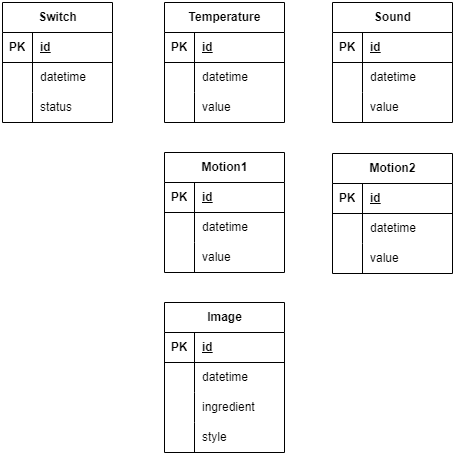
This is proj_db_tables.png from xinlin-z/iot2025s2, a draw.io export, as it was before one commit. Source tidied: cells renumbered, new cells last; positions are measured from the earlier drawing's top-left corner, leaving out a move shared by most shapes.
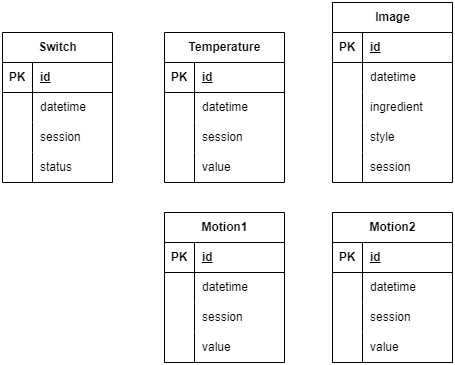
The same file after the commit.

Diff of the diagram source:
```diff
@@ -3,7 +3,7 @@
     <mxCell id="0" />
     <mxCell id="1" parent="0" />
     <mxCell id="2" value="Switch" style="shape=table;startSize=30;rowLines=0;fontStyle=1;align=center;html=1;" parent="1" vertex="1">
-      <mxGeometry width="110" height="120" as="geometry" />
+      <mxGeometry width="110" height="150" as="geometry" />
     </mxCell>
     <mxCell id="3" style="shape=tableRow;horizontal=0;startSize=0;swimlaneHead=0;swimlaneBody=0;fillColor=none;top=0;left=0;right=0;bottom=1;" parent="2" vertex="1">
       <mxGeometry y="30" width="110" height="30" as="geometry" />
@@ -29,11 +29,20 @@
     <mxCell id="10" style="shape=partialRectangle;fillColor=none;top=0;left=0;bottom=0;right=0;overflow=hidden;whiteSpace=wrap;html=1;" parent="9" vertex="1">
       <mxGeometry width="30" height="30" as="geometry" />
     </mxCell>
-    <mxCell id="11" value="status" style="shape=partialRectangle;fillColor=none;top=0;left=0;bottom=0;right=0;align=left;spacingLeft=6;overflow=hidden;whiteSpace=wrap;html=1;" parent="9" vertex="1">
+    <mxCell id="11" value="session" style="shape=partialRectangle;fillColor=none;top=0;left=0;bottom=0;right=0;align=left;spacingLeft=6;overflow=hidden;whiteSpace=wrap;html=1;" parent="9" vertex="1">
       <mxGeometry x="30" width="80" height="30" as="geometry" />
     </mxCell>
+    <mxCell id="65" style="shape=tableRow;horizontal=0;startSize=0;swimlaneHead=0;swimlaneBody=0;fillColor=none;top=0;left=0;right=0;bottom=0;" parent="2" vertex="1">
+      <mxGeometry y="120" width="110" height="30" as="geometry" />
+    </mxCell>
+    <mxCell id="66" style="shape=partialRectangle;fillColor=none;top=0;left=0;bottom=0;right=0;overflow=hidden;whiteSpace=wrap;html=1;" parent="65" vertex="1">
+      <mxGeometry width="30" height="30" as="geometry" />
+    </mxCell>
+    <mxCell id="67" value="status" style="shape=partialRectangle;fillColor=none;top=0;left=0;bottom=0;right=0;align=left;spacingLeft=6;overflow=hidden;whiteSpace=wrap;html=1;" parent="65" vertex="1">
+      <mxGeometry x="30" width="80" height="30" as="geometry" />
+    </mxCell>
     <mxCell id="12" value="Temperature" style="shape=table;startSize=30;rowLines=0;fontStyle=1;align=center;html=1;" parent="1" vertex="1">
-      <mxGeometry x="162" width="120" height="120" as="geometry" />
+      <mxGeometry x="162" width="120" height="150" as="geometry" />
     </mxCell>
     <mxCell id="13" style="shape=tableRow;horizontal=0;startSize=0;swimlaneHead=0;swimlaneBody=0;fillColor=none;top=0;left=0;right=0;bottom=1;" parent="12" vertex="1">
       <mxGeometry y="30" width="120" height="30" as="geometry" />
@@ -59,71 +68,20 @@
     <mxCell id="20" style="shape=partialRectangle;fillColor=none;top=0;left=0;bottom=0;right=0;overflow=hidden;whiteSpace=wrap;html=1;" parent="19" vertex="1">
       <mxGeometry width="30" height="30" as="geometry" />
     </mxCell>
-    <mxCell id="21" value="value" style="shape=partialRectangle;fillColor=none;top=0;left=0;bottom=0;right=0;align=left;spacingLeft=6;overflow=hidden;whiteSpace=wrap;html=1;" parent="19" vertex="1">
+    <mxCell id="21" value="session" style="shape=partialRectangle;fillColor=none;top=0;left=0;bottom=0;right=0;align=left;spacingLeft=6;overflow=hidden;whiteSpace=wrap;html=1;" parent="19" vertex="1">
       <mxGeometry x="30" width="90" height="30" as="geometry" />
     </mxCell>
-    <mxCell id="22" value="Sound" style="shape=table;startSize=30;rowLines=0;fontStyle=1;align=center;html=1;" parent="1" vertex="1">
-      <mxGeometry x="330" width="120" height="120" as="geometry" />
-    </mxCell>
-    <mxCell id="23" style="shape=tableRow;horizontal=0;startSize=0;swimlaneHead=0;swimlaneBody=0;fillColor=none;top=0;left=0;right=0;bottom=1;" parent="22" vertex="1">
-      <mxGeometry y="30" width="120" height="30" as="geometry" />
-    </mxCell>
-    <mxCell id="24" value="PK" style="shape=partialRectangle;fillColor=none;top=0;left=0;bottom=0;right=0;fontStyle=1;overflow=hidden;whiteSpace=wrap;html=1;" parent="23" vertex="1">
-      <mxGeometry width="30" height="30" as="geometry" />
-    </mxCell>
-    <mxCell id="25" value="id" style="shape=partialRectangle;fillColor=none;top=0;left=0;bottom=0;right=0;align=left;spacingLeft=6;fontStyle=5;overflow=hidden;whiteSpace=wrap;html=1;" parent="23" vertex="1">
-      <mxGeometry x="30" width="90" height="30" as="geometry" />
-    </mxCell>
-    <mxCell id="26" style="shape=tableRow;horizontal=0;startSize=0;swimlaneHead=0;swimlaneBody=0;fillColor=none;top=0;left=0;right=0;bottom=0;" parent="22" vertex="1">
-      <mxGeometry y="60" width="120" height="30" as="geometry" />
-    </mxCell>
-    <mxCell id="27" style="shape=partialRectangle;fillColor=none;top=0;left=0;bottom=0;right=0;overflow=hidden;whiteSpace=wrap;html=1;" parent="26" vertex="1">
-      <mxGeometry width="30" height="30" as="geometry" />
-    </mxCell>
-    <mxCell id="28" value="datetime" style="shape=partialRectangle;fillColor=none;top=0;left=0;bottom=0;right=0;align=left;spacingLeft=6;overflow=hidden;whiteSpace=wrap;html=1;" parent="26" vertex="1">
-      <mxGeometry x="30" width="90" height="30" as="geometry" />
-    </mxCell>
-    <mxCell id="29" style="shape=tableRow;horizontal=0;startSize=0;swimlaneHead=0;swimlaneBody=0;fillColor=none;top=0;left=0;right=0;bottom=0;" parent="22" vertex="1">
-      <mxGeometry y="90" width="120" height="30" as="geometry" />
-    </mxCell>
-    <mxCell id="30" style="shape=partialRectangle;fillColor=none;top=0;left=0;bottom=0;right=0;overflow=hidden;whiteSpace=wrap;html=1;" parent="29" vertex="1">
-      <mxGeometry width="30" height="30" as="geometry" />
-    </mxCell>
-    <mxCell id="31" value="value" style="shape=partialRectangle;fillColor=none;top=0;left=0;bottom=0;right=0;align=left;spacingLeft=6;overflow=hidden;whiteSpace=wrap;html=1;" parent="29" vertex="1">
-      <mxGeometry x="30" width="90" height="30" as="geometry" />
-    </mxCell>
-    <mxCell id="32" value="Motion1" style="shape=table;startSize=30;rowLines=0;fontStyle=1;align=center;html=1;" parent="1" vertex="1">
-      <mxGeometry x="162" y="150" width="120" height="120" as="geometry" />
-    </mxCell>
-    <mxCell id="33" style="shape=tableRow;horizontal=0;startSize=0;swimlaneHead=0;swimlaneBody=0;fillColor=none;top=0;left=0;right=0;bottom=1;" parent="32" vertex="1">
-      <mxGeometry y="30" width="120" height="30" as="geometry" />
-    </mxCell>
-    <mxCell id="34" value="PK" style="shape=partialRectangle;fillColor=none;top=0;left=0;bottom=0;right=0;fontStyle=1;overflow=hidden;whiteSpace=wrap;html=1;" parent="33" vertex="1">
-      <mxGeometry width="30" height="30" as="geometry" />
-    </mxCell>
-    <mxCell id="35" value="id" style="shape=partialRectangle;fillColor=none;top=0;left=0;bottom=0;right=0;align=left;spacingLeft=6;fontStyle=5;overflow=hidden;whiteSpace=wrap;html=1;" parent="33" vertex="1">
-      <mxGeometry x="30" width="90" height="30" as="geometry" />
-    </mxCell>
-    <mxCell id="36" style="shape=tableRow;horizontal=0;startSize=0;swimlaneHead=0;swimlaneBody=0;fillColor=none;top=0;left=0;right=0;bottom=0;" parent="32" vertex="1">
-      <mxGeometry y="60" width="120" height="30" as="geometry" />
-    </mxCell>
-    <mxCell id="37" style="shape=partialRectangle;fillColor=none;top=0;left=0;bottom=0;right=0;overflow=hidden;whiteSpace=wrap;html=1;" parent="36" vertex="1">
-      <mxGeometry width="30" height="30" as="geometry" />
-    </mxCell>
-    <mxCell id="38" value="datetime" style="shape=partialRectangle;fillColor=none;top=0;left=0;bottom=0;right=0;align=left;spacingLeft=6;overflow=hidden;whiteSpace=wrap;html=1;" parent="36" vertex="1">
-      <mxGeometry x="30" width="90" height="30" as="geometry" />
-    </mxCell>
-    <mxCell id="39" style="shape=tableRow;horizontal=0;startSize=0;swimlaneHead=0;swimlaneBody=0;fillColor=none;top=0;left=0;right=0;bottom=0;" parent="32" vertex="1">
-      <mxGeometry y="90" width="120" height="30" as="geometry" />
-    </mxCell>
-    <mxCell id="40" style="shape=partialRectangle;fillColor=none;top=0;left=0;bottom=0;right=0;overflow=hidden;whiteSpace=wrap;html=1;" parent="39" vertex="1">
-      <mxGeometry width="30" height="30" as="geometry" />
-    </mxCell>
-    <mxCell id="41" value="value" style="shape=partialRectangle;fillColor=none;top=0;left=0;bottom=0;right=0;align=left;spacingLeft=6;overflow=hidden;whiteSpace=wrap;html=1;" parent="39" vertex="1">
-      <mxGeometry x="30" width="90" height="30" as="geometry" />
-    </mxCell>
+    <mxCell id="68" style="shape=tableRow;horizontal=0;startSize=0;swimlaneHead=0;swimlaneBody=0;fillColor=none;top=0;left=0;right=0;bottom=0;" parent="12" vertex="1">
+      <mxGeometry y="120" width="120" height="30" as="geometry" />
+    </mxCell>
+    <mxCell id="69" style="shape=partialRectangle;fillColor=none;top=0;left=0;bottom=0;right=0;overflow=hidden;whiteSpace=wrap;html=1;" parent="68" vertex="1">
+      <mxGeometry width="30" height="30" as="geometry" />
+    </mxCell>
+    <mxCell id="70" value="value" style="shape=partialRectangle;fillColor=none;top=0;left=0;bottom=0;right=0;align=left;spacingLeft=6;overflow=hidden;whiteSpace=wrap;html=1;" parent="68" vertex="1">
+      <mxGeometry x="30" width="90" height="30" as="geometry" />
+    </mxCell>
     <mxCell id="42" value="Motion2" style="shape=table;startSize=30;rowLines=0;fontStyle=1;align=center;html=1;" parent="1" vertex="1">
-      <mxGeometry x="330" y="151" width="120" height="120" as="geometry" />
+      <mxGeometry x="330" y="180" width="120" height="150" as="geometry" />
     </mxCell>
     <mxCell id="43" style="shape=tableRow;horizontal=0;startSize=0;swimlaneHead=0;swimlaneBody=0;fillColor=none;top=0;left=0;right=0;bottom=1;" parent="42" vertex="1">
       <mxGeometry y="30" width="120" height="30" as="geometry" />
@@ -149,11 +107,20 @@
     <mxCell id="50" style="shape=partialRectangle;fillColor=none;top=0;left=0;bottom=0;right=0;overflow=hidden;whiteSpace=wrap;html=1;" parent="49" vertex="1">
       <mxGeometry width="30" height="30" as="geometry" />
     </mxCell>
-    <mxCell id="51" value="value" style="shape=partialRectangle;fillColor=none;top=0;left=0;bottom=0;right=0;align=left;spacingLeft=6;overflow=hidden;whiteSpace=wrap;html=1;" parent="49" vertex="1">
+    <mxCell id="51" value="session" style="shape=partialRectangle;fillColor=none;top=0;left=0;bottom=0;right=0;align=left;spacingLeft=6;overflow=hidden;whiteSpace=wrap;html=1;" parent="49" vertex="1">
       <mxGeometry x="30" width="90" height="30" as="geometry" />
     </mxCell>
+    <mxCell id="71" style="shape=tableRow;horizontal=0;startSize=0;swimlaneHead=0;swimlaneBody=0;fillColor=none;top=0;left=0;right=0;bottom=0;" parent="42" vertex="1">
+      <mxGeometry y="120" width="120" height="30" as="geometry" />
+    </mxCell>
+    <mxCell id="72" style="shape=partialRectangle;fillColor=none;top=0;left=0;bottom=0;right=0;overflow=hidden;whiteSpace=wrap;html=1;" parent="71" vertex="1">
+      <mxGeometry width="30" height="30" as="geometry" />
+    </mxCell>
+    <mxCell id="73" value="value" style="shape=partialRectangle;fillColor=none;top=0;left=0;bottom=0;right=0;align=left;spacingLeft=6;overflow=hidden;whiteSpace=wrap;html=1;" parent="71" vertex="1">
+      <mxGeometry x="30" width="90" height="30" as="geometry" />
+    </mxCell>
     <mxCell id="52" value="Image" style="shape=table;startSize=30;rowLines=0;fontStyle=1;align=center;html=1;" parent="1" vertex="1">
-      <mxGeometry x="162" y="300" width="120" height="150" as="geometry" />
+      <mxGeometry x="330" y="-30" width="120" height="180" as="geometry" />
     </mxCell>
     <mxCell id="53" style="shape=tableRow;horizontal=0;startSize=0;swimlaneHead=0;swimlaneBody=0;fillColor=none;top=0;left=0;right=0;bottom=1;" parent="52" vertex="1">
       <mxGeometry y="30" width="120" height="30" as="geometry" />
@@ -191,5 +158,53 @@
     <mxCell id="64" value="style" style="shape=partialRectangle;fillColor=none;top=0;left=0;bottom=0;right=0;align=left;spacingLeft=6;overflow=hidden;whiteSpace=wrap;html=1;" parent="62" vertex="1">
       <mxGeometry x="30" width="90" height="30" as="geometry" />
     </mxCell>
+    <mxCell id="74" style="shape=tableRow;horizontal=0;startSize=0;swimlaneHead=0;swimlaneBody=0;fillColor=none;top=0;left=0;right=0;bottom=0;" parent="52" vertex="1">
+      <mxGeometry y="150" width="120" height="30" as="geometry" />
+    </mxCell>
+    <mxCell id="75" style="shape=partialRectangle;fillColor=none;top=0;left=0;bottom=0;right=0;overflow=hidden;whiteSpace=wrap;html=1;" parent="74" vertex="1">
+      <mxGeometry width="30" height="30" as="geometry" />
+    </mxCell>
+    <mxCell id="76" value="session" style="shape=partialRectangle;fillColor=none;top=0;left=0;bottom=0;right=0;align=left;spacingLeft=6;overflow=hidden;whiteSpace=wrap;html=1;" parent="74" vertex="1">
+      <mxGeometry x="30" width="90" height="30" as="geometry" />
+    </mxCell>
+    <mxCell id="32" value="Motion1" style="shape=table;startSize=30;rowLines=0;fontStyle=1;align=center;html=1;" parent="1" vertex="1">
+      <mxGeometry x="162" y="180" width="120" height="150" as="geometry" />
+    </mxCell>
+    <mxCell id="77" style="shape=tableRow;horizontal=0;startSize=0;swimlaneHead=0;swimlaneBody=0;fillColor=none;top=0;left=0;right=0;bottom=1;" parent="32" vertex="1">
+      <mxGeometry y="30" width="120" height="30" as="geometry" />
+    </mxCell>
+    <mxCell id="78" value="PK" style="shape=partialRectangle;fillColor=none;top=0;left=0;bottom=0;right=0;fontStyle=1;overflow=hidden;whiteSpace=wrap;html=1;" parent="77" vertex="1">
+      <mxGeometry width="30" height="30" as="geometry" />
+    </mxCell>
+    <mxCell id="79" value="id" style="shape=partialRectangle;fillColor=none;top=0;left=0;bottom=0;right=0;align=left;spacingLeft=6;fontStyle=5;overflow=hidden;whiteSpace=wrap;html=1;" parent="77" vertex="1">
+      <mxGeometry x="30" width="90" height="30" as="geometry" />
+    </mxCell>
+    <mxCell id="80" style="shape=tableRow;horizontal=0;startSize=0;swimlaneHead=0;swimlaneBody=0;fillColor=none;top=0;left=0;right=0;bottom=0;" parent="32" vertex="1">
+      <mxGeometry y="60" width="120" height="30" as="geometry" />
+    </mxCell>
+    <mxCell id="81" style="shape=partialRectangle;fillColor=none;top=0;left=0;bottom=0;right=0;overflow=hidden;whiteSpace=wrap;html=1;" parent="80" vertex="1">
+      <mxGeometry width="30" height="30" as="geometry" />
+    </mxCell>
+    <mxCell id="82" value="datetime" style="shape=partialRectangle;fillColor=none;top=0;left=0;bottom=0;right=0;align=left;spacingLeft=6;overflow=hidden;whiteSpace=wrap;html=1;" parent="80" vertex="1">
+      <mxGeometry x="30" width="90" height="30" as="geometry" />
+    </mxCell>
+    <mxCell id="83" style="shape=tableRow;horizontal=0;startSize=0;swimlaneHead=0;swimlaneBody=0;fillColor=none;top=0;left=0;right=0;bottom=0;" parent="32" vertex="1">
+      <mxGeometry y="90" width="120" height="30" as="geometry" />
+    </mxCell>
+    <mxCell id="84" style="shape=partialRectangle;fillColor=none;top=0;left=0;bottom=0;right=0;overflow=hidden;whiteSpace=wrap;html=1;" parent="83" vertex="1">
+      <mxGeometry width="30" height="30" as="geometry" />
+    </mxCell>
+    <mxCell id="85" value="session" style="shape=partialRectangle;fillColor=none;top=0;left=0;bottom=0;right=0;align=left;spacingLeft=6;overflow=hidden;whiteSpace=wrap;html=1;" parent="83" vertex="1">
+      <mxGeometry x="30" width="90" height="30" as="geometry" />
+    </mxCell>
+    <mxCell id="86" style="shape=tableRow;horizontal=0;startSize=0;swimlaneHead=0;swimlaneBody=0;fillColor=none;top=0;left=0;right=0;bottom=0;" parent="32" vertex="1">
+      <mxGeometry y="120" width="120" height="30" as="geometry" />
+    </mxCell>
+    <mxCell id="87" style="shape=partialRectangle;fillColor=none;top=0;left=0;bottom=0;right=0;overflow=hidden;whiteSpace=wrap;html=1;" parent="86" vertex="1">
+      <mxGeometry width="30" height="30" as="geometry" />
+    </mxCell>
+    <mxCell id="88" value="value" style="shape=partialRectangle;fillColor=none;top=0;left=0;bottom=0;right=0;align=left;spacingLeft=6;overflow=hidden;whiteSpace=wrap;html=1;" parent="86" vertex="1">
+      <mxGeometry x="30" width="90" height="30" as="geometry" />
+    </mxCell>
   </root>
 </mxGraphModel>
```
